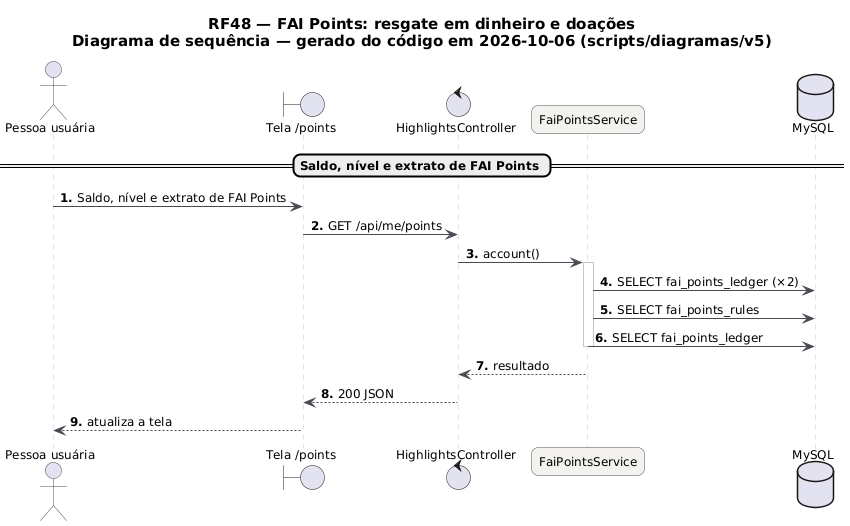
Above: docs/diagramas/RF48/RF48_Sequencia.png in MatheusHaliski/tcc-2026-fashion-ai-backend (PlantUML), before the change. The source it was exported from:
```plantuml
@startuml RF48_Sequencia
skinparam backgroundColor #FFFFFF
skinparam shadowing false
skinparam defaultFontName "DejaVu Sans"
skinparam defaultFontSize 12
skinparam titleFontSize 15
skinparam roundcorner 14
skinparam ArrowColor #52606D
skinparam note {
  BackgroundColor #FFFDEB
  BorderColor #D8CE78
  FontColor #554F24
}
skinparam sequence {
  ArrowColor #4A4852
  LifeLineBorderColor #CBC6BE
  ParticipantBackgroundColor #F4F2EF
  ParticipantBorderColor #4A4852
  ActorBorderColor #4A4852
  GroupBorderColor #CBC6BE
  GroupBackgroundColor #FAF8F5
}
autonumber "<b>0."
title RF48 — FAI Points: resgate em dinheiro e doações\nDiagrama de sequência — gerado do código em 2026-10-06 (scripts/diagramas/v5)

actor "Pessoa usuária" as U
boundary "Tela /points" as P
control "HighlightsController" as HighlightsController
participant "FaiPointsService" as FaiPointsService
database "MySQL" as DB_MySQL
== Saldo, nível e extrato de FAI Points ==
U -> P : Saldo, nível e extrato de FAI Points
P -> HighlightsController : GET /api/me/points
HighlightsController -> FaiPointsService : account()
activate FaiPointsService
FaiPointsService -> DB_MySQL : SELECT fai_points_ledger (×2)
FaiPointsService -> DB_MySQL : SELECT fai_points_rules
FaiPointsService -> DB_MySQL : SELECT fai_points_ledger
deactivate FaiPointsService
FaiPointsService --> HighlightsController : resultado
HighlightsController --> P : 200 JSON
P --> U : atualiza a tela
@enduml
```
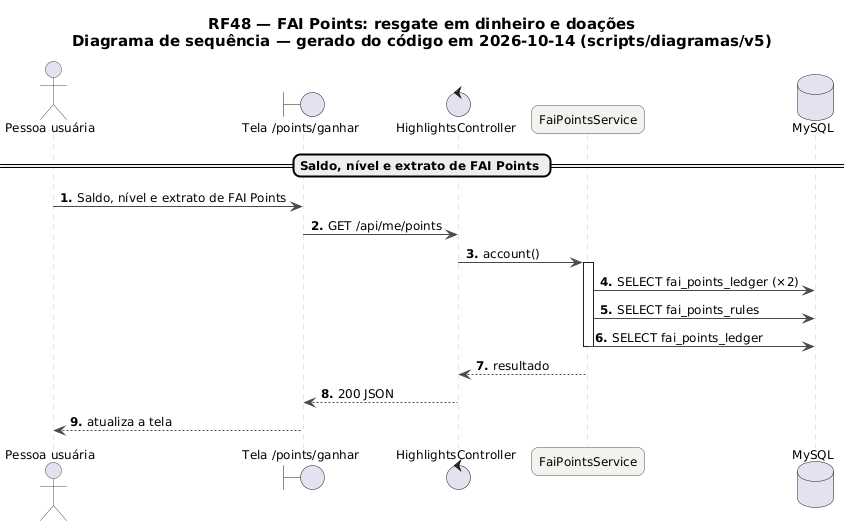
Above is the later version.

What changed in the source:
```diff
@@ -21,10 +21,10 @@
   GroupBackgroundColor #FAF8F5
 }
 autonumber "<b>0."
-title RF48 — FAI Points: resgate em dinheiro e doações\nDiagrama de sequência — gerado do código em 2026-10-06 (scripts/diagramas/v5)
+title RF48 — FAI Points: resgate em dinheiro e doações\nDiagrama de sequência — gerado do código em 2026-10-14 (scripts/diagramas/v5)
 
 actor "Pessoa usuária" as U
-boundary "Tela /points" as P
+boundary "Tela /points/ganhar" as P
 control "HighlightsController" as HighlightsController
 participant "FaiPointsService" as FaiPointsService
 database "MySQL" as DB_MySQL
```
